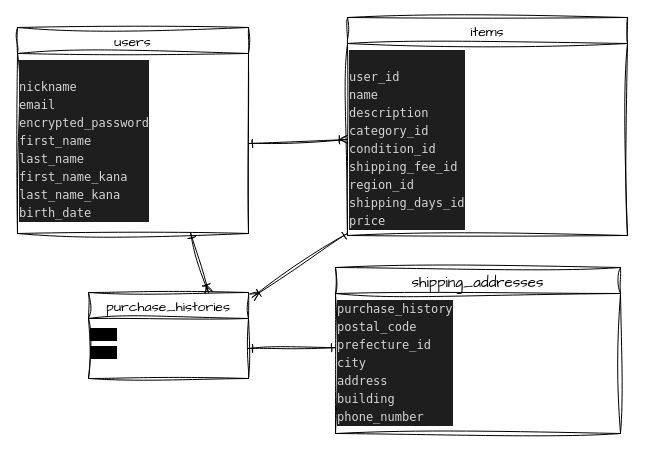
The draw.io diagram ER.dio in k-en7188i/furima-39060, before the edit. Source tidied: cells renumbered, new cells numbered last; positions are measured from the earlier drawing's top-left corner, leaving out a move shared by most shapes. Both pictures are drawn from the tidied source at 100%, with x=0, y=0 at pixel (17, 17).
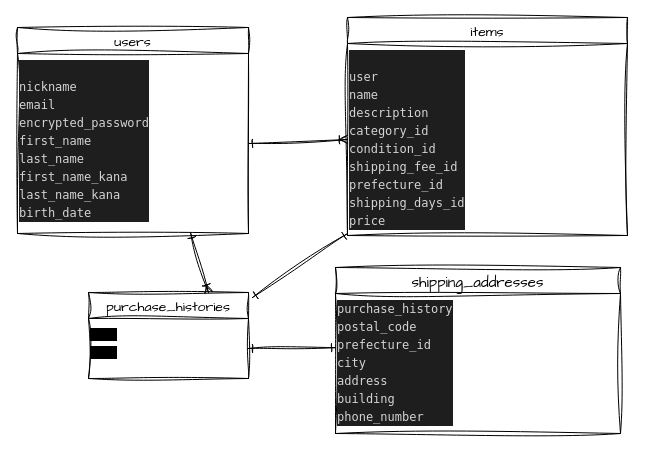
Above is the later version.

Commit message (it also covers changes not shown here):
ER図・READMEアソシエーション、Active Hashのためのカラム名変更

Diff of the diagram source:
```diff
@@
 <mxGraphModel>
   <root>
     <mxCell id="0" />
     <mxCell id="1" parent="0" />
     <mxCell id="2" value="users" style="swimlane;fontStyle=0;horizontal=1;startSize=26;align=center;fontSize=14;sketch=1;hachureGap=4;jiggle=2;curveFitting=1;fontFamily=Architects Daughter;" parent="1" vertex="1">
       <mxGeometry y="10" width="231" height="206" as="geometry" />
     </mxCell>
     <mxCell id="3" value="&lt;div style=&quot;color: rgb(212, 212, 212); background-color: rgb(30, 30, 30); font-family: Menlo, Monaco, &amp;quot;Courier New&amp;quot;, monospace; font-weight: normal; font-size: 12px; line-height: 18px;&quot;&gt;&lt;div&gt;&lt;br&gt;&lt;/div&gt;&lt;div&gt;&lt;span style=&quot;color: #d4d4d4;&quot;&gt;nickname&lt;/span&gt;&lt;/div&gt;&lt;div&gt;&lt;span style=&quot;color: #d4d4d4;&quot;&gt;email&lt;/span&gt;&lt;/div&gt;&lt;div&gt;&lt;span style=&quot;color: #d4d4d4;&quot;&gt;encrypted_password&lt;/span&gt;&lt;/div&gt;&lt;div&gt;&lt;span style=&quot;color: #d4d4d4;&quot;&gt;first_name&lt;/span&gt;&lt;/div&gt;&lt;div&gt;&lt;span style=&quot;color: #d4d4d4;&quot;&gt;last_name&lt;/span&gt;&lt;/div&gt;&lt;div&gt;&lt;span style=&quot;color: #d4d4d4;&quot;&gt;first_name_kana&lt;/span&gt;&lt;/div&gt;&lt;div&gt;last_name_kana&lt;/div&gt;&lt;div&gt;&lt;span style=&quot;color: #d4d4d4;&quot;&gt;birth_date&amp;nbsp;&lt;/span&gt;&lt;/div&gt;&lt;/div&gt;" style="text;whiteSpace=wrap;html=1;fontSize=6;fontFamily=Architects Daughter;" parent="2" vertex="1">
       <mxGeometry y="26" width="231" height="180" as="geometry" />
     </mxCell>
     <mxCell id="4" value="items" style="swimlane;fontStyle=0;horizontal=1;startSize=26;align=center;fontSize=14;sketch=1;hachureGap=4;jiggle=2;curveFitting=1;fontFamily=Architects Daughter;" parent="1" vertex="1">
       <mxGeometry x="330" width="280" height="218" as="geometry" />
     </mxCell>
-    <mxCell id="5" value="&lt;div style=&quot;color: rgb(212, 212, 212); background-color: rgb(30, 30, 30); font-family: Menlo, Monaco, &amp;quot;Courier New&amp;quot;, monospace; font-weight: normal; font-size: 12px; line-height: 18px;&quot;&gt;&lt;div&gt;&lt;br&gt;&lt;/div&gt;&lt;div&gt;&lt;span style=&quot;color: #d4d4d4;&quot;&gt;user_id&lt;/span&gt;&lt;/div&gt;&lt;div&gt;&lt;span style=&quot;color: #d4d4d4;&quot;&gt;name&amp;nbsp;&lt;/span&gt;&lt;/div&gt;&lt;div&gt;description&amp;nbsp;&lt;/div&gt;&lt;div&gt;&lt;span style=&quot;color: #d4d4d4;&quot;&gt;category_id&amp;nbsp;&lt;/span&gt;&lt;/div&gt;&lt;div&gt;&lt;span style=&quot;color: #d4d4d4;&quot;&gt;condition_id&amp;nbsp;&lt;/span&gt;&lt;/div&gt;&lt;div&gt;&lt;span style=&quot;color: #d4d4d4;&quot;&gt;shipping_fee_id&lt;/span&gt;&lt;/div&gt;&lt;div&gt;&lt;span style=&quot;color: #d4d4d4;&quot;&gt;region_id&lt;/span&gt;&lt;/div&gt;&lt;div&gt;&lt;span style=&quot;color: #d4d4d4;&quot;&gt;shipping_days_id&lt;/span&gt;&lt;/div&gt;&lt;div&gt;&lt;span style=&quot;color: #d4d4d4;&quot;&gt;price&lt;/span&gt;&lt;/div&gt;&lt;/div&gt;" style="text;whiteSpace=wrap;html=1;fontSize=6;fontFamily=Architects Daughter;" parent="4" vertex="1">
+    <mxCell id="5" value="&lt;div style=&quot;color: rgb(212, 212, 212); background-color: rgb(30, 30, 30); font-family: Menlo, Monaco, &amp;quot;Courier New&amp;quot;, monospace; font-size: 12px; line-height: 18px;&quot;&gt;&lt;div&gt;&lt;br&gt;&lt;/div&gt;&lt;div&gt;&lt;span style=&quot;color: #d4d4d4;&quot;&gt;user&lt;/span&gt;&lt;/div&gt;&lt;div&gt;name&amp;nbsp;&lt;/div&gt;&lt;div&gt;description&amp;nbsp;&lt;/div&gt;&lt;div&gt;&lt;span style=&quot;color: #d4d4d4;&quot;&gt;category_id&amp;nbsp;&lt;/span&gt;&lt;/div&gt;&lt;div&gt;&lt;span style=&quot;color: #d4d4d4;&quot;&gt;condition_id&amp;nbsp;&lt;/span&gt;&lt;/div&gt;&lt;div&gt;&lt;span style=&quot;color: #d4d4d4;&quot;&gt;shipping_fee_id&lt;/span&gt;&lt;/div&gt;&lt;div&gt;&lt;span style=&quot;color: #d4d4d4;&quot;&gt;prefecture_id&lt;/span&gt;&lt;/div&gt;&lt;div&gt;&lt;span style=&quot;color: #d4d4d4;&quot;&gt;shipping_days_id&lt;/span&gt;&lt;/div&gt;&lt;div&gt;&lt;span style=&quot;color: #d4d4d4;&quot;&gt;price&lt;/span&gt;&lt;/div&gt;&lt;/div&gt;" style="text;whiteSpace=wrap;html=1;fontSize=6;fontFamily=Architects Daughter;fontStyle=0;" parent="4" vertex="1">
       <mxGeometry y="26" width="280" height="192" as="geometry" />
     </mxCell>
     <mxCell id="6" value="shipping_addresses" style="swimlane;fontStyle=0;horizontal=1;startSize=26;align=center;fontSize=15;sketch=1;hachureGap=4;jiggle=2;curveFitting=1;fontFamily=Architects Daughter;" parent="1" vertex="1">
       <mxGeometry x="318" y="250" width="285" height="166" as="geometry" />
     </mxCell>
     <mxCell id="7" value="&lt;div style=&quot;color: rgb(212, 212, 212); background-color: rgb(30, 30, 30); font-family: Menlo, Monaco, &amp;quot;Courier New&amp;quot;, monospace; font-weight: normal; font-size: 12px; line-height: 18px;&quot;&gt;&lt;div&gt;purchase_history&lt;/div&gt;&lt;div&gt;postal_code&lt;br&gt;&lt;/div&gt;&lt;div&gt;&lt;span style=&quot;color: #d4d4d4;&quot;&gt;prefecture_id&lt;/span&gt;&lt;/div&gt;&lt;div&gt;&lt;span style=&quot;color: #d4d4d4;&quot;&gt;city&lt;/span&gt;&lt;/div&gt;&lt;div&gt;&lt;span style=&quot;color: #d4d4d4;&quot;&gt;address&lt;/span&gt;&lt;/div&gt;&lt;div&gt;&lt;span style=&quot;color: #d4d4d4;&quot;&gt;building&lt;/span&gt;&lt;/div&gt;&lt;div&gt;&lt;span style=&quot;color: #d4d4d4;&quot;&gt;phone_number&lt;/span&gt;&lt;/div&gt;&lt;/div&gt;" style="text;whiteSpace=wrap;html=1;fontSize=6;fontFamily=Architects Daughter;" parent="6" vertex="1">
       <mxGeometry y="26" width="285" height="140" as="geometry" />
     </mxCell>
     <mxCell id="8" style="edgeStyle=none;sketch=1;hachureGap=4;jiggle=2;curveFitting=1;html=1;exitX=1;exitY=0.5;exitDx=0;exitDy=0;fontFamily=Architects Daughter;fontSize=6;endArrow=ERoneToMany;endFill=0;startArrow=ERone;startFill=0;entryX=0;entryY=0.5;entryDx=0;entryDy=0;" parent="1" edge="1" source="3" target="5">
       <mxGeometry relative="1" as="geometry" />
     </mxCell>
     <mxCell id="9" value="purchase_histories" style="swimlane;fontStyle=0;horizontal=1;startSize=26;align=center;fontSize=14;sketch=1;hachureGap=4;jiggle=2;curveFitting=1;fontFamily=Architects Daughter;" parent="1" vertex="1">
       <mxGeometry x="71" y="275" width="160" height="86" as="geometry" />
     </mxCell>
     <mxCell id="10" value="&lt;font style=&quot;font-size: 11px;&quot;&gt;&lt;b&gt;&lt;span style=&quot;border: 0px solid rgb(217, 217, 227); box-sizing: border-box; --tw-border-spacing-x:0; --tw-border-spacing-y:0; --tw-translate-x:0; --tw-translate-y:0; --tw-rotate:0; --tw-skew-x:0; --tw-skew-y:0; --tw-scale-x:1; --tw-scale-y:1; --tw-pan-x: ; --tw-pan-y: ; --tw-pinch-zoom: ; --tw-scroll-snap-strictness:proximity; --tw-ordinal: ; --tw-slashed-zero: ; --tw-numeric-figure: ; --tw-numeric-spacing: ; --tw-numeric-fraction: ; --tw-ring-inset: ; --tw-ring-offset-width:0px; --tw-ring-offset-color:#fff; --tw-ring-color:rgba(59,130,246,0.5); --tw-ring-offset-shadow:0 0 transparent; --tw-ring-shadow:0 0 transparent; --tw-shadow:0 0 transparent; --tw-shadow-colored:0 0 transparent; --tw-blur: ; --tw-brightness: ; --tw-contrast: ; --tw-grayscale: ; --tw-hue-rotate: ; --tw-invert: ; --tw-saturate: ; --tw-sepia: ; --tw-drop-shadow: ; --tw-backdrop-blur: ; --tw-backdrop-brightness: ; --tw-backdrop-contrast: ; --tw-backdrop-grayscale: ; --tw-backdrop-hue-rotate: ; --tw-backdrop-invert: ; --tw-backdrop-opacity: ; --tw-backdrop-saturate: ; --tw-backdrop-sepia: ; font-family: &amp;quot;Söhne Mono&amp;quot;, Monaco, &amp;quot;Andale Mono&amp;quot;, &amp;quot;Ubuntu Mono&amp;quot;, monospace; font-style: normal; font-variant-ligatures: normal; font-variant-caps: normal; letter-spacing: normal; orphans: 2; text-align: left; text-indent: 0px; text-transform: none; widows: 2; word-spacing: 0px; -webkit-text-stroke-width: 0px; background-color: rgb(0, 0, 0); text-decoration-thickness: initial; text-decoration-style: initial; text-decoration-color: initial;&quot; class=&quot;hljs-string&quot;&gt;user&lt;/span&gt;&lt;span style=&quot;font-family: &amp;quot;Söhne Mono&amp;quot;, Monaco, &amp;quot;Andale Mono&amp;quot;, &amp;quot;Ubuntu Mono&amp;quot;, monospace; font-style: normal; font-variant-ligatures: normal; font-variant-caps: normal; letter-spacing: normal; orphans: 2; text-align: left; text-indent: 0px; text-transform: none; widows: 2; word-spacing: 0px; -webkit-text-stroke-width: 0px; background-color: rgb(0, 0, 0); text-decoration-thickness: initial; text-decoration-style: initial; text-decoration-color: initial; float: none; display: inline !important;&quot;&gt;&lt;br&gt;&lt;/span&gt;&lt;span style=&quot;border: 0px solid rgb(217, 217, 227); box-sizing: border-box; --tw-border-spacing-x:0; --tw-border-spacing-y:0; --tw-translate-x:0; --tw-translate-y:0; --tw-rotate:0; --tw-skew-x:0; --tw-skew-y:0; --tw-scale-x:1; --tw-scale-y:1; --tw-pan-x: ; --tw-pan-y: ; --tw-pinch-zoom: ; --tw-scroll-snap-strictness:proximity; --tw-ordinal: ; --tw-slashed-zero: ; --tw-numeric-figure: ; --tw-numeric-spacing: ; --tw-numeric-fraction: ; --tw-ring-inset: ; --tw-ring-offset-width:0px; --tw-ring-offset-color:#fff; --tw-ring-color:rgba(59,130,246,0.5); --tw-ring-offset-shadow:0 0 transparent; --tw-ring-shadow:0 0 transparent; --tw-shadow:0 0 transparent; --tw-shadow-colored:0 0 transparent; --tw-blur: ; --tw-brightness: ; --tw-contrast: ; --tw-grayscale: ; --tw-hue-rotate: ; --tw-invert: ; --tw-saturate: ; --tw-sepia: ; --tw-drop-shadow: ; --tw-backdrop-blur: ; --tw-backdrop-brightness: ; --tw-backdrop-contrast: ; --tw-backdrop-grayscale: ; --tw-backdrop-hue-rotate: ; --tw-backdrop-invert: ; --tw-backdrop-opacity: ; --tw-backdrop-saturate: ; --tw-backdrop-sepia: ; font-family: &amp;quot;Söhne Mono&amp;quot;, Monaco, &amp;quot;Andale Mono&amp;quot;, &amp;quot;Ubuntu Mono&amp;quot;, monospace; font-style: normal; font-variant-ligatures: normal; font-variant-caps: normal; letter-spacing: normal; orphans: 2; text-align: left; text-indent: 0px; text-transform: none; widows: 2; word-spacing: 0px; -webkit-text-stroke-width: 0px; background-color: rgb(0, 0, 0); text-decoration-thickness: initial; text-decoration-style: initial; text-decoration-color: initial;&quot; class=&quot;hljs-string&quot;&gt;item&lt;/span&gt;&lt;/b&gt;&lt;/font&gt;" style="text;whiteSpace=wrap;html=1;fontSize=15;fontFamily=Architects Daughter;" parent="9" vertex="1">
       <mxGeometry y="26" width="160" height="60" as="geometry" />
     </mxCell>
     <mxCell id="11" style="edgeStyle=none;sketch=1;hachureGap=4;jiggle=2;curveFitting=1;html=1;exitX=0.75;exitY=1;exitDx=0;exitDy=0;entryX=0.75;entryY=0;entryDx=0;entryDy=0;fontFamily=Architects Daughter;fontSize=15;startArrow=ERone;startFill=0;endArrow=ERoneToMany;endFill=0;" parent="1" edge="1" source="3" target="9">
       <mxGeometry relative="1" as="geometry" />
     </mxCell>
-    <mxCell id="12" style="edgeStyle=none;sketch=1;hachureGap=4;jiggle=2;curveFitting=1;html=1;entryX=1.023;entryY=0.056;entryDx=0;entryDy=0;entryPerimeter=0;fontFamily=Architects Daughter;fontSize=15;startArrow=ERone;startFill=0;endArrow=ERoneToMany;endFill=0;" parent="1" edge="1" source="5" target="9">
-      <mxGeometry relative="1" as="geometry" />
+    <mxCell id="12" style="edgeStyle=none;sketch=1;hachureGap=4;jiggle=2;curveFitting=1;html=1;fontFamily=Architects Daughter;fontSize=15;startArrow=ERone;startFill=0;endArrow=ERone;endFill=0;" parent="1" edge="1" source="5">
+      <mxGeometry relative="1" as="geometry">
+        <mxPoint x="235" y="280" as="targetPoint" />
+      </mxGeometry>
     </mxCell>
     <mxCell id="13" style="edgeStyle=none;sketch=1;hachureGap=4;jiggle=2;curveFitting=1;html=1;exitX=1;exitY=0.5;exitDx=0;exitDy=0;entryX=0;entryY=0.387;entryDx=0;entryDy=0;entryPerimeter=0;fontFamily=Architects Daughter;fontSize=11;fontColor=#F0F0F0;startArrow=ERone;startFill=0;endArrow=ERone;endFill=0;" parent="1" edge="1" source="10" target="7">
       <mxGeometry relative="1" as="geometry" />
     </mxCell>
   </root>
 </mxGraphModel>
```
